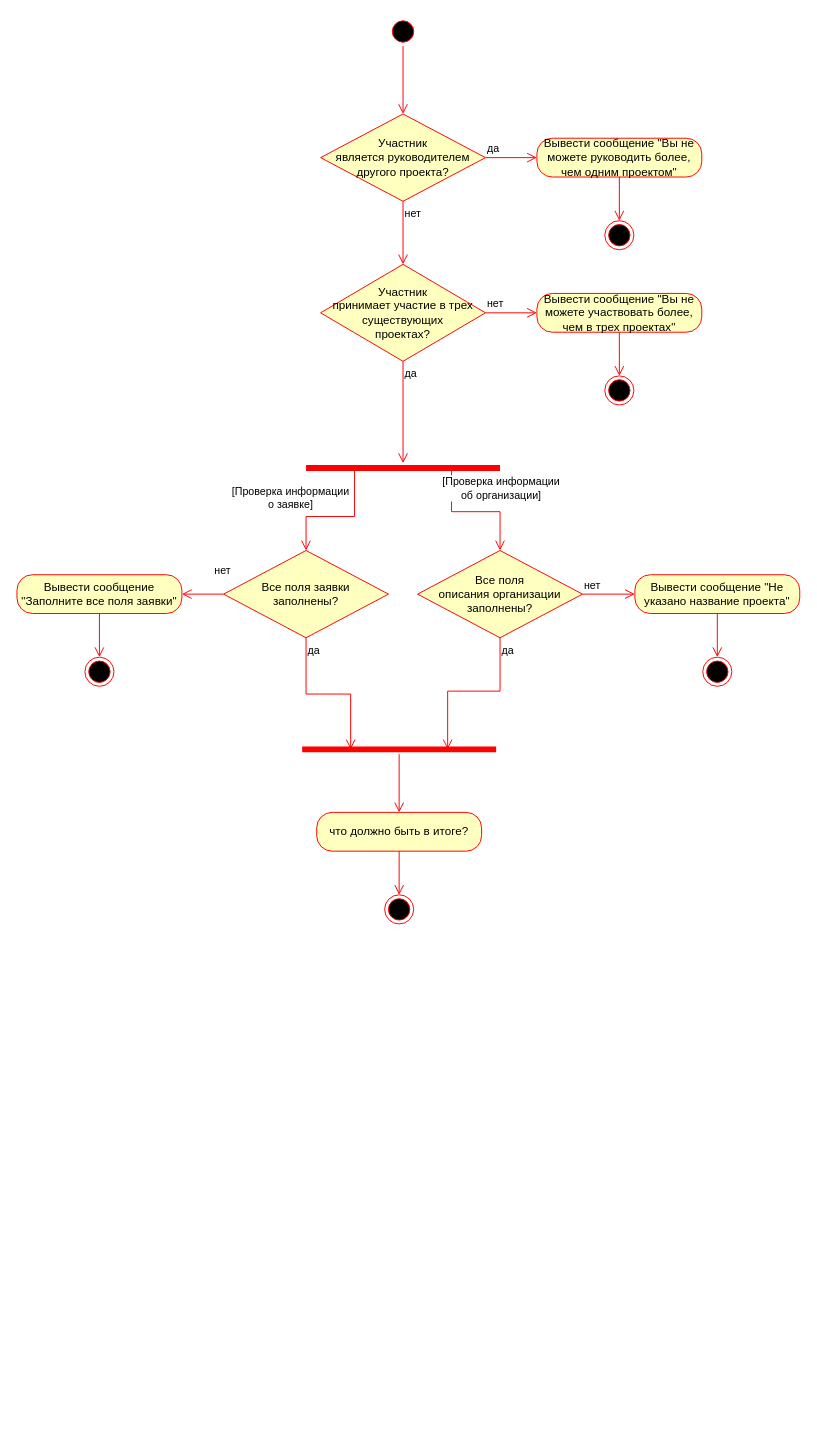
This is page "подать заявку (ApplicationForm.SubmitApplication())" (2 of 3) of пис 2/3 диаграмма деятельности.drawio from ipaingo/study, a draw.io file, before an edit. Source tidied: cells renumbered, new cells numbered last; positions are measured from the earlier drawing's top-left corner, leaving out a move shared by most shapes. Both pictures are drawn from the tidied source at 97%, with x=0, y=0 at pixel (16, 16).
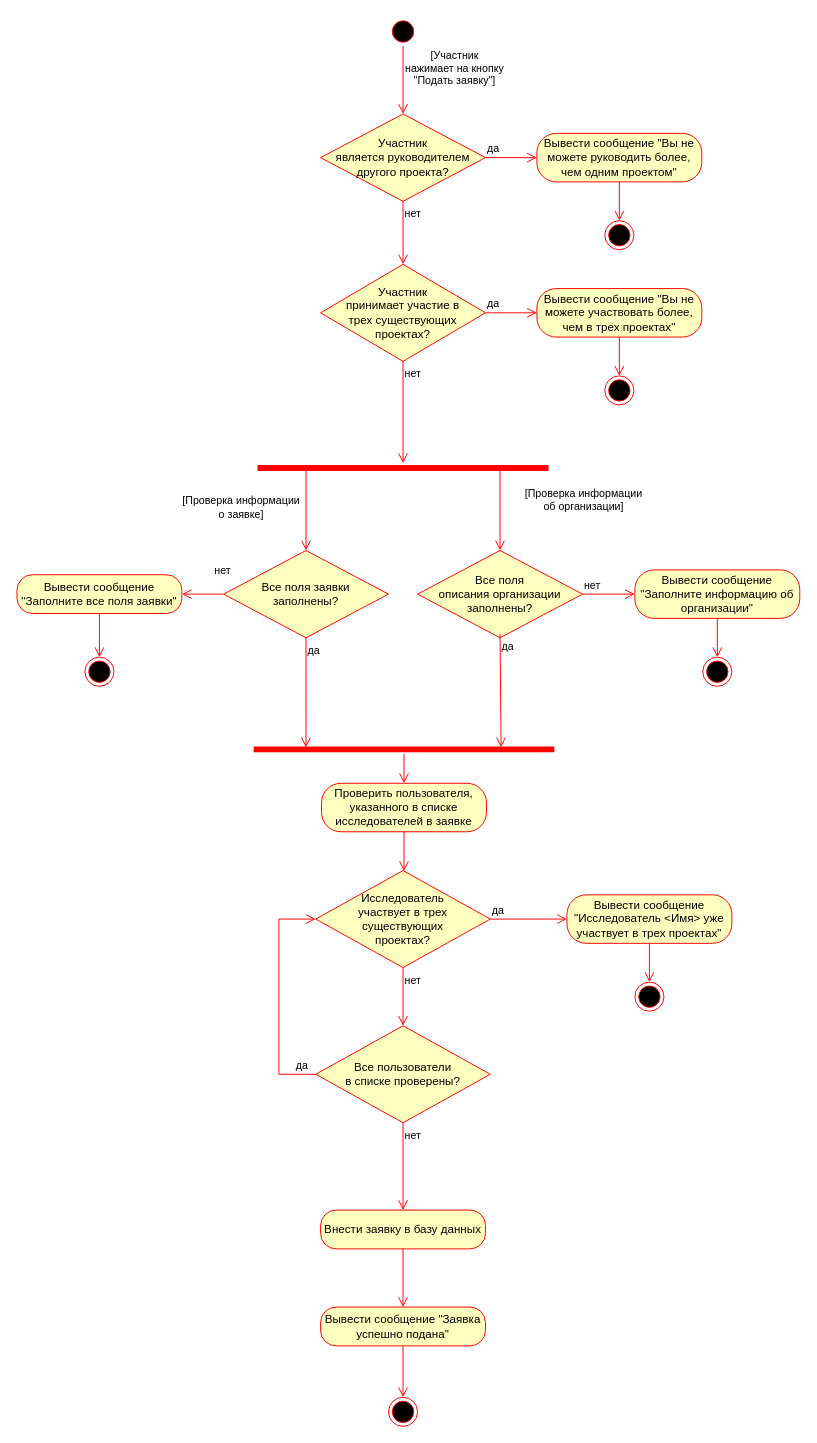
The same diagram, later.

Unchanged cells that the change refers to:
```xml
<mxCell id="3" style="edgeStyle=orthogonalEdgeStyle;html=1;verticalAlign=bottom;endArrow=open;endSize=8;strokeColor=#ff0000;rounded=0;" parent="1" edge="1" source="2" target="15">
  <mxGeometry relative="1" as="geometry" />
</mxCell>
<mxCell id="7" value="Все поля заявки&lt;div&gt;заполнены?&lt;/div&gt;" style="rhombus;whiteSpace=wrap;html=1;fontColor=#000000;fillColor=#ffffc0;strokeColor=#ff0000;" parent="1" vertex="1">
  <mxGeometry x="213" y="550" width="170" height="90" as="geometry" />
</mxCell>
<mxCell id="29" value="Все поля&lt;div&gt;описания организации&lt;div&gt;заполнены?&lt;/div&gt;&lt;/div&gt;" style="rhombus;whiteSpace=wrap;html=1;fontColor=#000000;fillColor=#ffffc0;strokeColor=#ff0000;" parent="1" vertex="1">
  <mxGeometry x="413" y="550" width="170" height="90" as="geometry" />
</mxCell>
```

Diff of the diagram source:
```diff
@@
+    <mxCell id="38" value="[Участник&lt;div&gt;нажимает на кнопку&lt;div&gt;&quot;Подать заявку&quot;]&lt;/div&gt;&lt;/div&gt;" style="edgeLabel;html=1;align=center;verticalAlign=middle;" parent="3" vertex="1">
+      <mxGeometry x="-0.37" y="-2" relative="1" as="geometry">
+        <mxPoint x="54" as="offset" />
+      </mxGeometry>
+    </mxCell>
     <mxCell id="4" style="shape=line;html=1;strokeWidth=6;strokeColor=#ff0000;" parent="1" vertex="1">
-      <mxGeometry x="298" y="460" width="200" height="10" as="geometry" />
+      <mxGeometry x="248" y="460" width="300" height="10" as="geometry" />
     </mxCell>
-    <mxCell id="5" style="edgeStyle=orthogonalEdgeStyle;html=1;verticalAlign=bottom;endArrow=open;endSize=8;strokeColor=#ff0000;rounded=0;exitX=0.25;exitY=0.5;exitDx=0;exitDy=0;exitPerimeter=0;" parent="1" edge="1" source="4" target="7">
+    <mxCell id="5" style="edgeStyle=elbowEdgeStyle;html=1;verticalAlign=bottom;endArrow=open;endSize=8;strokeColor=#ff0000;rounded=0;exitX=0.25;exitY=0.5;exitDx=0;exitDy=0;exitPerimeter=0;entryX=0.5;entryY=0;entryDx=0;entryDy=0;" parent="1" edge="1" source="4" target="7">
       <mxGeometry relative="1" as="geometry">
         <Array as="points">
-          <mxPoint x="348" y="515" />
-          <mxPoint x="298" y="515" />
+          <mxPoint x="298" y="510" />
         </Array>
       </mxGeometry>
     </mxCell>
     <mxCell id="6" value="&lt;div&gt;[Проверка информации&lt;/div&gt;&lt;div&gt;о заявке]&lt;br&gt;&lt;/div&gt;" style="edgeLabel;html=1;align=center;verticalAlign=middle;" parent="5" vertex="1">
       <mxGeometry x="-0.15" y="-2" relative="1" as="geometry">
-        <mxPoint x="-60" y="-18" as="offset" />
+        <mxPoint x="-66" y="18" as="offset" />
       </mxGeometry>
     </mxCell>
@@
-    <mxCell id="9" value="да" style="edgeStyle=elbowEdgeStyle;html=1;align=left;verticalAlign=top;endArrow=open;endSize=8;strokeColor=#ff0000;rounded=0;entryX=0.25;entryY=0.5;entryDx=0;entryDy=0;entryPerimeter=0;exitX=0.5;exitY=1;exitDx=0;exitDy=0;elbow=vertical;" parent="1" edge="1" source="7" target="27">
+    <mxCell id="9" value="да" style="html=1;align=left;verticalAlign=top;endArrow=open;endSize=8;strokeColor=#ff0000;rounded=0;exitX=0.5;exitY=1;exitDx=0;exitDy=0;elbow=vertical;entryX=0.174;entryY=0.3;entryDx=0;entryDy=0;entryPerimeter=0;" parent="1" edge="1" source="7" target="27">
       <mxGeometry x="-1" relative="1" as="geometry" />
     </mxCell>
@@
-    <mxCell id="13" style="edgeStyle=orthogonalEdgeStyle;html=1;verticalAlign=bottom;endArrow=open;endSize=8;strokeColor=#ff0000;rounded=0;exitX=0.75;exitY=0.5;exitDx=0;exitDy=0;exitPerimeter=0;" parent="1" edge="1" source="4" target="29">
-      <mxGeometry relative="1" as="geometry" />
+    <mxCell id="13" style="edgeStyle=elbowEdgeStyle;html=1;verticalAlign=bottom;endArrow=open;endSize=8;strokeColor=#ff0000;rounded=0;exitX=0.75;exitY=0.5;exitDx=0;exitDy=0;exitPerimeter=0;entryX=0.5;entryY=0;entryDx=0;entryDy=0;" parent="1" edge="1" source="4" target="29">
+      <mxGeometry relative="1" as="geometry">
+        <Array as="points">
+          <mxPoint x="498" y="510" />
+        </Array>
+      </mxGeometry>
     </mxCell>
     <mxCell id="14" value="[Проверка информации&lt;div&gt;об организации]&lt;/div&gt;" style="edgeLabel;html=1;align=center;verticalAlign=middle;" parent="13" vertex="1">
       <mxGeometry x="0.4" relative="1" as="geometry">
-        <mxPoint y="-25" as="offset" />
+        <mxPoint x="85" y="-20" as="offset" />
       </mxGeometry>
     </mxCell>
@@
     <mxCell id="18" value="Вывести сообщение &quot;Вы не можете руководить более, чем одним проектом&quot;" style="rounded=1;whiteSpace=wrap;html=1;arcSize=40;fontColor=#000000;fillColor=#ffffc0;strokeColor=#ff0000;" parent="1" vertex="1">
-      <mxGeometry x="536" y="125" width="170" height="40" as="geometry" />
+      <mxGeometry x="536" y="120" width="170" height="50" as="geometry" />
     </mxCell>
@@
-    <mxCell id="21" value="Участник&lt;div&gt;принимает участие в трех существующих&lt;/div&gt;&lt;div&gt;проектах?&lt;/div&gt;" style="rhombus;whiteSpace=wrap;html=1;fontColor=#000000;fillColor=#ffffc0;strokeColor=#ff0000;" parent="1" vertex="1">
+    <mxCell id="21" value="Участник&lt;div&gt;принимает участие в&lt;/div&gt;&lt;div&gt;трех существующих&lt;/div&gt;&lt;div&gt;проектах?&lt;/div&gt;" style="rhombus;whiteSpace=wrap;html=1;fontColor=#000000;fillColor=#ffffc0;strokeColor=#ff0000;" parent="1" vertex="1">
       <mxGeometry x="313" y="255" width="170" height="100" as="geometry" />
     </mxCell>
-    <mxCell id="22" value="нет" style="edgeStyle=orthogonalEdgeStyle;html=1;align=left;verticalAlign=bottom;endArrow=open;endSize=8;strokeColor=#ff0000;rounded=0;exitX=1;exitY=0.5;exitDx=0;exitDy=0;" parent="1" edge="1" source="21" target="24">
+    <mxCell id="22" value="да" style="edgeStyle=orthogonalEdgeStyle;html=1;align=left;verticalAlign=bottom;endArrow=open;endSize=8;strokeColor=#ff0000;rounded=0;exitX=1;exitY=0.5;exitDx=0;exitDy=0;" parent="1" edge="1" source="21" target="24">
       <mxGeometry x="-1" relative="1" as="geometry" />
     </mxCell>
-    <mxCell id="23" value="да" style="edgeStyle=orthogonalEdgeStyle;html=1;align=left;verticalAlign=top;endArrow=open;endSize=8;strokeColor=#ff0000;rounded=0;exitX=0.5;exitY=1;exitDx=0;exitDy=0;" parent="1" edge="1" source="21" target="4">
+    <mxCell id="23" value="нет" style="edgeStyle=orthogonalEdgeStyle;html=1;align=left;verticalAlign=top;endArrow=open;endSize=8;strokeColor=#ff0000;rounded=0;exitX=0.5;exitY=1;exitDx=0;exitDy=0;" parent="1" edge="1" source="21" target="4">
       <mxGeometry x="-1" relative="1" as="geometry" />
     </mxCell>
     <mxCell id="24" value="Вывести сообщение &quot;Вы не можете участвовать более, чем в трех проектах&quot;" style="rounded=1;whiteSpace=wrap;html=1;arcSize=40;fontColor=#000000;fillColor=#ffffc0;strokeColor=#ff0000;" parent="1" vertex="1">
-      <mxGeometry x="536" y="285" width="170" height="40" as="geometry" />
+      <mxGeometry x="536" y="280" width="170" height="50" as="geometry" />
     </mxCell>
@@
     <mxCell id="27" style="shape=line;html=1;strokeWidth=6;strokeColor=#ff0000;" parent="1" vertex="1">
-      <mxGeometry x="294" y="750" width="200" height="10" as="geometry" />
+      <mxGeometry x="244" y="750" width="310" height="10" as="geometry" />
     </mxCell>
-    <mxCell id="28" style="edgeStyle=orthogonalEdgeStyle;html=1;verticalAlign=bottom;endArrow=open;endSize=8;strokeColor=#ff0000;rounded=0;" parent="1" edge="1" source="27" target="35">
+    <mxCell id="28" style="edgeStyle=orthogonalEdgeStyle;html=1;verticalAlign=bottom;endArrow=open;endSize=8;strokeColor=#ff0000;rounded=0;" parent="1" edge="1" source="27" target="42">
       <mxGeometry relative="1" as="geometry" />
     </mxCell>
@@
-    <mxCell id="31" value="да" style="edgeStyle=orthogonalEdgeStyle;html=1;align=left;verticalAlign=top;endArrow=open;endSize=8;strokeColor=#ff0000;rounded=0;exitX=0.5;exitY=1;exitDx=0;exitDy=0;entryX=0.75;entryY=0.5;entryDx=0;entryDy=0;entryPerimeter=0;" parent="1" edge="1" source="29" target="27">
-      <mxGeometry x="-1" relative="1" as="geometry" />
+    <mxCell id="31" value="да" style="html=1;align=left;verticalAlign=top;endArrow=open;endSize=8;strokeColor=#ff0000;rounded=0;exitX=0.5;exitY=1;exitDx=0;exitDy=0;entryX=0.823;entryY=0.7;entryDx=0;entryDy=0;entryPerimeter=0;" parent="1" edge="1">
+      <mxGeometry x="-1" relative="1" as="geometry">
+        <mxPoint x="498" y="636" as="sourcePoint" />
+        <mxPoint x="499.1" y="753" as="targetPoint" />
+      </mxGeometry>
     </mxCell>
-    <mxCell id="32" value="Вывести сообщение &quot;Не указано название проекта&quot;" style="rounded=1;whiteSpace=wrap;html=1;arcSize=40;fontColor=#000000;fillColor=#ffffc0;strokeColor=#ff0000;" parent="1" vertex="1">
-      <mxGeometry x="637" y="575" width="170" height="40" as="geometry" />
+    <mxCell id="32" value="Вывести сообщение &quot;Заполните информацию об организации&quot;" style="rounded=1;whiteSpace=wrap;html=1;arcSize=40;fontColor=#000000;fillColor=#ffffc0;strokeColor=#ff0000;" parent="1" vertex="1">
+      <mxGeometry x="637" y="570" width="170" height="50" as="geometry" />
     </mxCell>
@@
-    <mxCell id="35" value="что должно быть в итоге?" style="rounded=1;whiteSpace=wrap;html=1;arcSize=40;fontColor=#000000;fillColor=#ffffc0;strokeColor=#ff0000;" parent="1" vertex="1">
-      <mxGeometry x="309" y="820" width="170" height="40" as="geometry" />
+    <mxCell id="35" value="Внести заявку в базу данных" style="rounded=1;whiteSpace=wrap;html=1;arcSize=40;fontColor=#000000;fillColor=#ffffc0;strokeColor=#ff0000;" parent="1" vertex="1">
+      <mxGeometry x="313" y="1230" width="170" height="40" as="geometry" />
     </mxCell>
-    <mxCell id="36" style="edgeStyle=orthogonalEdgeStyle;html=1;verticalAlign=bottom;endArrow=open;endSize=8;strokeColor=#ff0000;rounded=0;" parent="1" edge="1" source="35" target="37">
+    <mxCell id="36" style="edgeStyle=orthogonalEdgeStyle;html=1;verticalAlign=bottom;endArrow=open;endSize=8;strokeColor=#ff0000;rounded=0;" parent="1" edge="1" source="35" target="39">
       <mxGeometry relative="1" as="geometry" />
     </mxCell>
-    <mxCell id="37" style="ellipse;html=1;shape=endState;fillColor=#000000;strokeColor=#ff0000;" parent="1" vertex="1">
-      <mxGeometry x="379" y="905" width="30" height="30" as="geometry" />
-    </mxCell>
+    <mxCell id="39" value="Вывести сообщение &quot;Заявка успешно подана&quot;" style="rounded=1;whiteSpace=wrap;html=1;arcSize=40;fontColor=#000000;fillColor=#ffffc0;strokeColor=#ff0000;" parent="1" vertex="1">
+      <mxGeometry x="313" y="1330" width="170" height="40" as="geometry" />
+    </mxCell>
+    <mxCell id="40" style="edgeStyle=orthogonalEdgeStyle;html=1;verticalAlign=bottom;endArrow=open;endSize=8;strokeColor=#ff0000;rounded=0;" parent="1" edge="1" source="39" target="41">
+      <mxGeometry relative="1" as="geometry" />
+    </mxCell>
+    <mxCell id="41" style="ellipse;html=1;shape=endState;fillColor=#000000;strokeColor=#ff0000;" parent="1" vertex="1">
+      <mxGeometry x="383" y="1423" width="30" height="30" as="geometry" />
+    </mxCell>
+    <mxCell id="42" value="Проверить пользователя, указанного в списке исследователей в заявке" style="rounded=1;whiteSpace=wrap;html=1;arcSize=40;fontColor=#000000;fillColor=#ffffc0;strokeColor=#ff0000;" parent="1" vertex="1">
+      <mxGeometry x="314" y="790" width="170" height="50" as="geometry" />
+    </mxCell>
+    <mxCell id="43" style="edgeStyle=elbowEdgeStyle;html=1;verticalAlign=bottom;endArrow=open;endSize=8;strokeColor=#ff0000;rounded=0;" parent="1" edge="1" source="42" target="44">
+      <mxGeometry relative="1" as="geometry" />
+    </mxCell>
+    <mxCell id="44" value="&lt;div&gt;Исследователь&lt;/div&gt;&lt;div&gt;участвует в трех существующих&lt;/div&gt;&lt;div&gt;проектах?&lt;/div&gt;" style="rhombus;whiteSpace=wrap;html=1;fontColor=#000000;fillColor=#ffffc0;strokeColor=#ff0000;" parent="1" vertex="1">
+      <mxGeometry x="308" y="880" width="180" height="100" as="geometry" />
+    </mxCell>
+    <mxCell id="45" value="да" style="html=1;align=left;verticalAlign=bottom;endArrow=open;endSize=8;strokeColor=#ff0000;rounded=0;exitX=1;exitY=0.5;exitDx=0;exitDy=0;elbow=vertical;entryX=0;entryY=0.5;entryDx=0;entryDy=0;" parent="1" edge="1" source="44" target="47">
+      <mxGeometry x="-1" relative="1" as="geometry" />
+    </mxCell>
+    <mxCell id="46" value="нет" style="html=1;align=left;verticalAlign=top;endArrow=open;endSize=8;strokeColor=#ff0000;rounded=0;exitX=0.5;exitY=1;exitDx=0;exitDy=0;entryX=0.5;entryY=0;entryDx=0;entryDy=0;" parent="1" edge="1" source="44" target="50">
+      <mxGeometry x="-1" relative="1" as="geometry" />
+    </mxCell>
+    <mxCell id="47" value="Вывести сообщение &quot;Исследователь &amp;lt;Имя&amp;gt; уже участвует в трех проектах&quot;" style="rounded=1;whiteSpace=wrap;html=1;arcSize=40;fontColor=#000000;fillColor=#ffffc0;strokeColor=#ff0000;" parent="1" vertex="1">
+      <mxGeometry x="567" y="905" width="170" height="50" as="geometry" />
+    </mxCell>
+    <mxCell id="48" style="edgeStyle=orthogonalEdgeStyle;html=1;verticalAlign=bottom;endArrow=open;endSize=8;strokeColor=#ff0000;rounded=0;" parent="1" edge="1" source="47" target="49">
+      <mxGeometry relative="1" as="geometry" />
+    </mxCell>
+    <mxCell id="49" style="ellipse;html=1;shape=endState;fillColor=#000000;strokeColor=#ff0000;" parent="1" vertex="1">
+      <mxGeometry x="637" y="995" width="30" height="30" as="geometry" />
+    </mxCell>
+    <mxCell id="50" value="&lt;div&gt;Все пользователи&lt;/div&gt;&lt;div&gt;в списке проверены?&lt;/div&gt;" style="rhombus;whiteSpace=wrap;html=1;fontColor=#000000;fillColor=#ffffc0;strokeColor=#ff0000;" parent="1" vertex="1">
+      <mxGeometry x="308" y="1040" width="180" height="100" as="geometry" />
+    </mxCell>
+    <mxCell id="51" value="да" style="html=1;align=left;verticalAlign=bottom;endArrow=open;endSize=8;strokeColor=#ff0000;rounded=0;entryX=0;entryY=0.5;entryDx=0;entryDy=0;edgeStyle=elbowEdgeStyle;" parent="1" edge="1" source="50" target="44">
+      <mxGeometry x="-0.81" relative="1" as="geometry">
+        <Array as="points">
+          <mxPoint x="270" y="1010" />
+        </Array>
+      </mxGeometry>
+    </mxCell>
+    <mxCell id="52" value="нет" style="html=1;align=left;verticalAlign=top;endArrow=open;endSize=8;strokeColor=#ff0000;rounded=0;exitX=0.5;exitY=1;exitDx=0;exitDy=0;entryX=0.5;entryY=0;entryDx=0;entryDy=0;" parent="1" edge="1" source="50" target="35">
+      <mxGeometry x="-1" relative="1" as="geometry" />
+    </mxCell>
```
